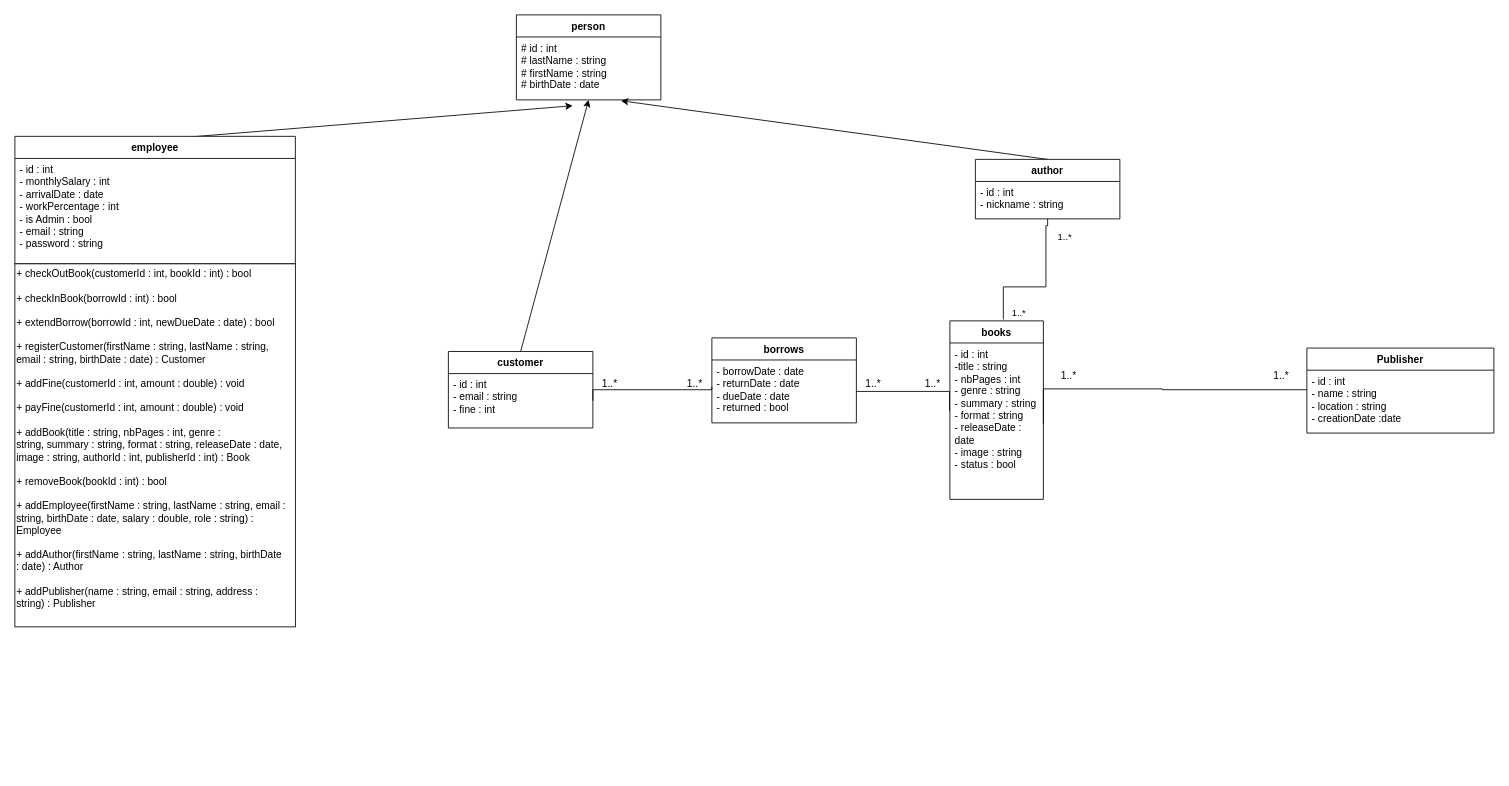
The draw.io diagram Diagramme_de_classes/Diagramme_magicBooks.drawio in omegasofian2304/Library_Rod_Leo_Milo_Sof, before the edit. Source tidied: cells renumbered, new cells numbered last; positions are measured from the earlier drawing's top-left corner, leaving out a move shared by most shapes. Both pictures are drawn from the tidied source at 85%, with x=0, y=0 at pixel (14, 14).
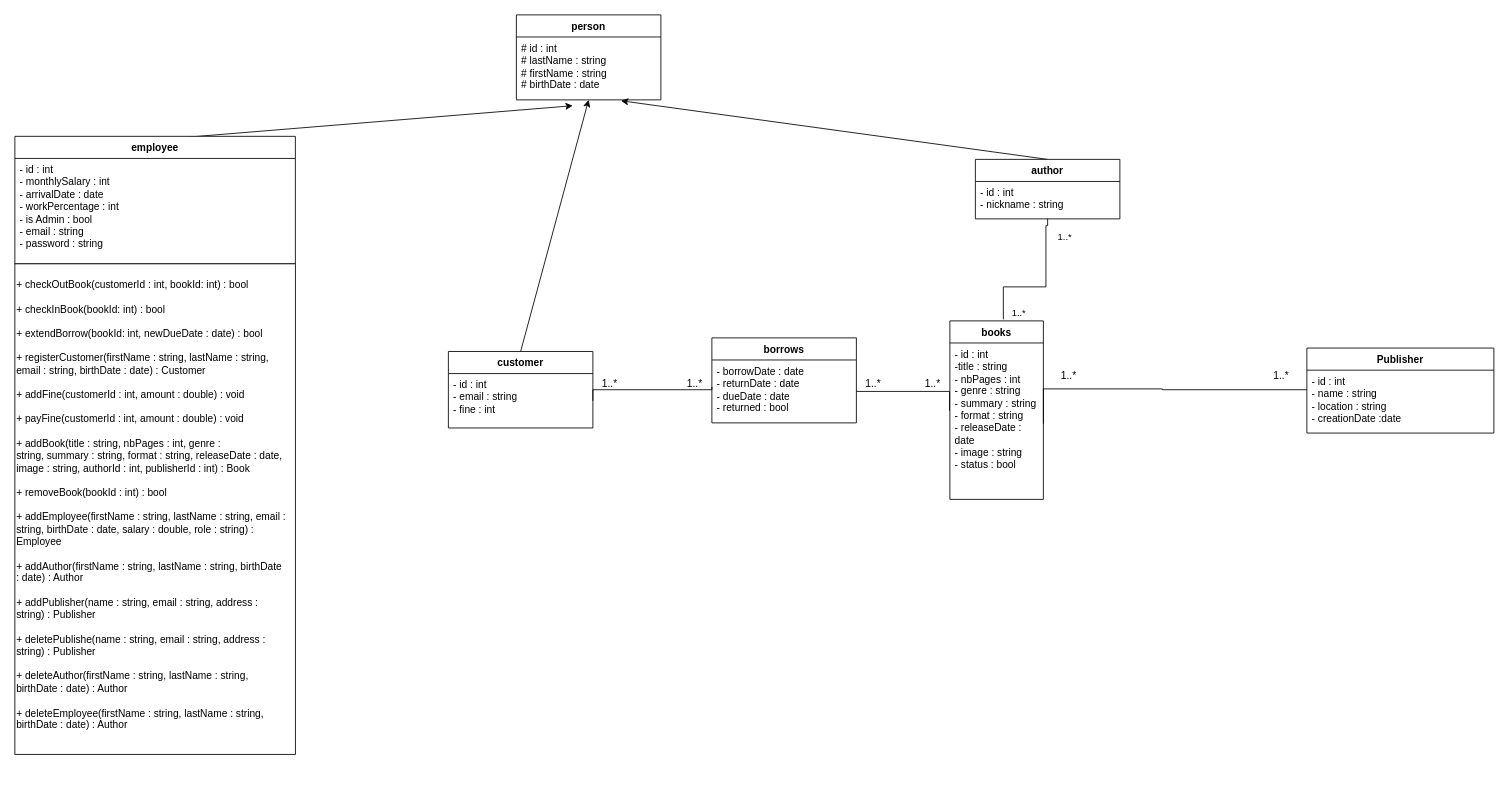
After the change.

The edit, as a diff of the source:
```diff
@@
     <mxCell id="32" style="rounded=0;whiteSpace=wrap;html=1;" parent="1" vertex="1">
-      <mxGeometry y="292.9" width="330" height="427.1" as="geometry" />
+      <mxGeometry y="292.9" width="330" height="577.1" as="geometry" />
     </mxCell>
-    <mxCell id="33" value="&lt;div style=&quot;&quot;&gt;+ checkOutBook(customerId : int, bookId : int) : bool&lt;/div&gt;&lt;div style=&quot;&quot;&gt;&lt;br&gt;&lt;/div&gt;&lt;div style=&quot;&quot;&gt;&lt;span style=&quot;text-align: center;&quot;&gt;+ checkInBook(borrowId : int) : bool&lt;/span&gt;&lt;/div&gt;&lt;div style=&quot;&quot;&gt;&lt;span style=&quot;text-align: center;&quot;&gt;&lt;br&gt;&lt;/span&gt;&lt;/div&gt;&lt;div&gt;+ extendBorrow(borrowId : int, newDueDate : date) : bool&lt;/div&gt;&lt;div&gt;&lt;br&gt;&lt;/div&gt;&lt;div&gt;+ registerCustomer(firstName : string, lastName : string, email : string, birthDate : date) : Customer&lt;/div&gt;&lt;div&gt;&lt;br&gt;&lt;/div&gt;&lt;div&gt;&lt;div&gt;+ addFine(customerId : int, amount : double) : void&lt;/div&gt;&lt;div&gt;&lt;br&gt;&lt;/div&gt;&lt;div&gt;+ payFine(customerId : int, amount : double) : void&lt;/div&gt;&lt;/div&gt;&lt;div&gt;&lt;br&gt;&lt;/div&gt;&lt;div&gt;&lt;div&gt;+ addBook(title : string, nbPages : int, genre : string,&lt;span style=&quot;background-color: transparent; color: light-dark(rgb(0, 0, 0), rgb(255, 255, 255));&quot;&gt;&amp;nbsp;summary : string,&amp;nbsp;&lt;/span&gt;&lt;span style=&quot;background-color: transparent; color: light-dark(rgb(0, 0, 0), rgb(255, 255, 255));&quot;&gt;format : string, releaseDate : date, image : string,&amp;nbsp;&lt;/span&gt;&lt;span style=&quot;background-color: transparent; color: light-dark(rgb(0, 0, 0), rgb(255, 255, 255));&quot;&gt;authorId : int, publisherId : int) : Book&lt;/span&gt;&lt;/div&gt;&lt;div&gt;&lt;span style=&quot;background-color: transparent; color: light-dark(rgb(0, 0, 0), rgb(255, 255, 255));&quot;&gt;&lt;br&gt;&lt;/span&gt;&lt;/div&gt;&lt;div&gt;+ removeBook(bookId : int) : bool&lt;/div&gt;&lt;/div&gt;&lt;div&gt;&lt;br&gt;&lt;/div&gt;&lt;div&gt;&lt;div&gt;+ addEmployee(firstName : string, lastName : string, email : string, birthDate : date, salary : double, role : string) : Employee&lt;/div&gt;&lt;div&gt;&lt;br&gt;&lt;/div&gt;&lt;div&gt;+ addAuthor(firstName : string, lastName : string, birthDate : date) : Author&lt;/div&gt;&lt;div&gt;&lt;br&gt;&lt;/div&gt;&lt;div&gt;+ addPublisher(name : string, email : string, address : string) : Publisher&lt;/div&gt;&lt;/div&gt;&lt;div&gt;&lt;br&gt;&lt;/div&gt;" style="text;html=1;whiteSpace=wrap;strokeColor=none;fillColor=none;align=left;verticalAlign=middle;rounded=0;" parent="1" vertex="1">
-      <mxGeometry y="292.9" width="320" height="427.1" as="geometry" />
+    <mxCell id="33" value="&lt;div style=&quot;&quot;&gt;+ checkOutBook(customerId : int, bookId: int) : bool&lt;/div&gt;&lt;div style=&quot;&quot;&gt;&lt;br&gt;&lt;/div&gt;&lt;div style=&quot;&quot;&gt;&lt;span style=&quot;text-align: center;&quot;&gt;+ checkInBook(&lt;/span&gt;bookId&lt;span style=&quot;text-align: center;&quot;&gt;: int) : bool&lt;/span&gt;&lt;/div&gt;&lt;div style=&quot;&quot;&gt;&lt;span style=&quot;text-align: center;&quot;&gt;&lt;br&gt;&lt;/span&gt;&lt;/div&gt;&lt;div&gt;+ extendBorrow(bookId: int, newDueDate : date) : bool&lt;/div&gt;&lt;div&gt;&lt;br&gt;&lt;/div&gt;&lt;div&gt;+ registerCustomer(firstName : string, lastName : string, email : string, birthDate : date) : Customer&lt;/div&gt;&lt;div&gt;&lt;br&gt;&lt;/div&gt;&lt;div&gt;&lt;div&gt;+ addFine(customerId : int, amount : double) : void&lt;/div&gt;&lt;div&gt;&lt;br&gt;&lt;/div&gt;&lt;div&gt;+ payFine(customerId : int, amount : double) : void&lt;/div&gt;&lt;/div&gt;&lt;div&gt;&lt;br&gt;&lt;/div&gt;&lt;div&gt;&lt;div&gt;+ addBook(title : string, nbPages : int, genre : string,&lt;span style=&quot;background-color: transparent; color: light-dark(rgb(0, 0, 0), rgb(255, 255, 255));&quot;&gt;&amp;nbsp;summary : string,&amp;nbsp;&lt;/span&gt;&lt;span style=&quot;background-color: transparent; color: light-dark(rgb(0, 0, 0), rgb(255, 255, 255));&quot;&gt;format : string, releaseDate : date, image : string,&amp;nbsp;&lt;/span&gt;&lt;span style=&quot;background-color: transparent; color: light-dark(rgb(0, 0, 0), rgb(255, 255, 255));&quot;&gt;authorId : int, publisherId : int) : Book&lt;/span&gt;&lt;/div&gt;&lt;div&gt;&lt;span style=&quot;background-color: transparent; color: light-dark(rgb(0, 0, 0), rgb(255, 255, 255));&quot;&gt;&lt;br&gt;&lt;/span&gt;&lt;/div&gt;&lt;div&gt;+ removeBook(bookId : int) : bool&lt;/div&gt;&lt;/div&gt;&lt;div&gt;&lt;br&gt;&lt;/div&gt;&lt;div&gt;&lt;div&gt;+ addEmployee(firstName : string, lastName : string, email : string, birthDate : date, salary : double, role : string) : Employee&lt;/div&gt;&lt;div&gt;&lt;br&gt;&lt;/div&gt;&lt;div&gt;+ addAuthor(firstName : string, lastName : string, birthDate : date) : Author&lt;/div&gt;&lt;div&gt;&lt;br&gt;&lt;/div&gt;&lt;div&gt;+ addPublisher(name : string, email : string, address : string) : Publisher&lt;/div&gt;&lt;/div&gt;&lt;div&gt;&lt;br&gt;&lt;/div&gt;&lt;div&gt;+ deletePublishe(name : string, email : string, address : string) : Publisher&lt;/div&gt;&lt;div&gt;&lt;br&gt;&lt;/div&gt;&lt;div&gt;+ deleteAuthor(firstName : string, lastName : string, birthDate : date) : Author&lt;/div&gt;&lt;div&gt;&lt;br&gt;&lt;/div&gt;&lt;div&gt;+ deleteEmployee(firstName : string, lastName : string, birthDate : date) : Author&lt;/div&gt;&lt;div&gt;&lt;br&gt;&lt;/div&gt;&lt;div&gt;&lt;br&gt;&lt;/div&gt;" style="text;html=1;whiteSpace=wrap;strokeColor=none;fillColor=none;align=left;verticalAlign=middle;rounded=0;" parent="1" vertex="1">
+      <mxGeometry y="292.9" width="320" height="597.1" as="geometry" />
     </mxCell>
```
